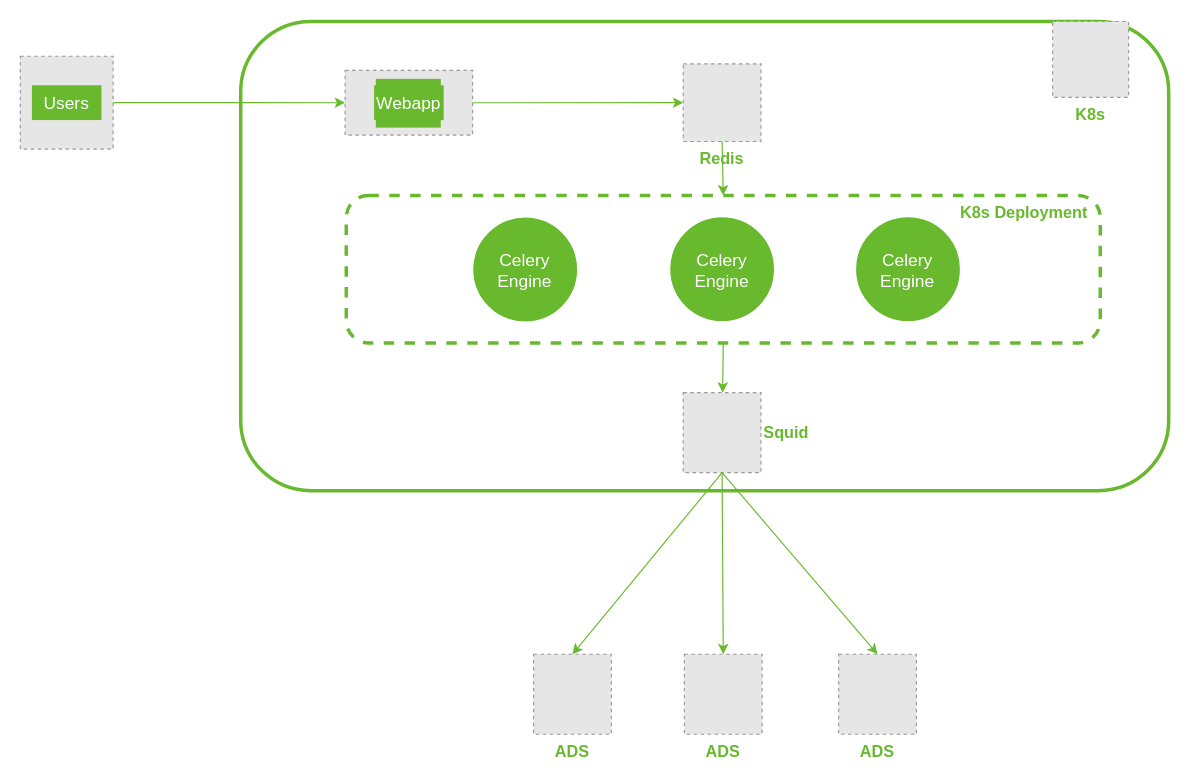
This is strategy.drawio from caihuayu0322/drawio-github, a draw.io file, before an edit. Source tidied: cells renumbered, new cells numbered last; positions are measured from the earlier drawing's top-left corner, leaving out a move shared by most shapes. Both pictures are drawn from the tidied source at 116%, with x=0, y=0 at pixel (20, 21). Pictures stored in the file or linked from it are replaced by grey dashed boxes.
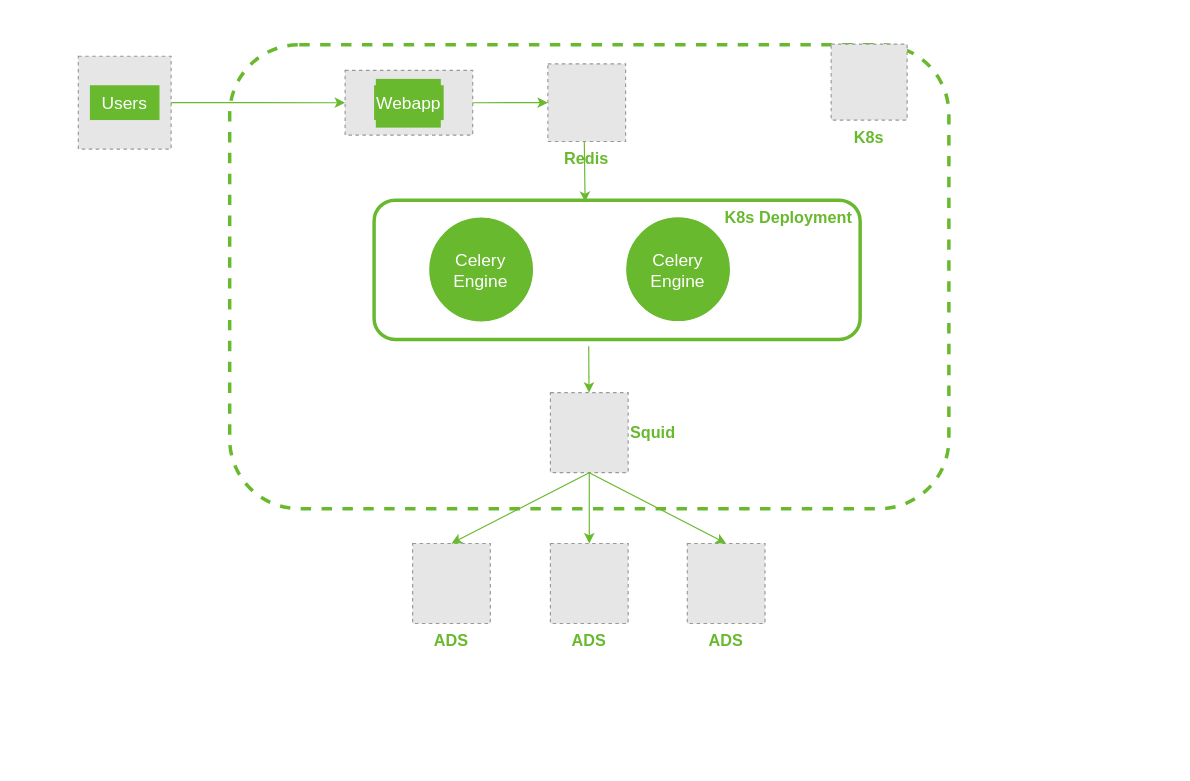
After the change.

Diff of the diagram source:
```diff
@@
-    <mxCell id="2" style="rounded=1;whiteSpace=wrap;html=1;shadow=0;labelBackgroundColor=default;sketch=0;fontFamily=Helvetica;fontSize=12;fontColor=#232F3E;strokeColor=#68B92E;fillColor=#FFFFFF;gradientColor=none;strokeWidth=3;" parent="1" vertex="1">
-      <mxGeometry x="190" width="800" height="404.5" as="geometry" />
+    <mxCell id="2" style="rounded=1;whiteSpace=wrap;html=1;shadow=0;labelBackgroundColor=default;sketch=0;fontFamily=Helvetica;fontSize=12;fontColor=#232F3E;strokeColor=#68B92E;fillColor=#FFFFFF;gradientColor=none;strokeWidth=3;dashed=1;" parent="1" vertex="1">
+      <mxGeometry x="180.5" y="20" width="620" height="400" as="geometry" />
     </mxCell>
-    <mxCell id="3" style="rounded=1;whiteSpace=wrap;html=1;shadow=0;labelBackgroundColor=default;sketch=0;fontFamily=Helvetica;fontSize=12;fontColor=#232F3E;strokeColor=#68B92E;fillColor=#FFFFFF;gradientColor=none;strokeWidth=3;dashed=1;" parent="1" vertex="1">
-      <mxGeometry x="281" y="150" width="650" height="127.1" as="geometry" />
+    <mxCell id="3" style="rounded=1;whiteSpace=wrap;html=1;shadow=0;labelBackgroundColor=default;sketch=0;fontFamily=Helvetica;fontSize=12;fontColor=#232F3E;strokeColor=#68B92E;fillColor=#FFFFFF;gradientColor=none;strokeWidth=3;" parent="1" vertex="1">
+      <mxGeometry x="305" y="154.1" width="419" height="120" as="geometry" />
     </mxCell>
     <mxCell id="4" value="ADS" style="fillColor=#E6E6E6;strokeColor=#999999;dashed=1;verticalLabelPosition=bottom;labelBackgroundColor=default;verticalAlign=top;fontColor=#68B92E;fontStyle=1;fontSize=14;" parent="1" vertex="1">
-      <mxGeometry x="442.5" y="545.5" width="67" height="69" as="geometry" />
+      <mxGeometry x="338.2" y="450" width="67" height="69" as="geometry" />
     </mxCell>
@@
     <mxCell id="6" value="Redis" style="fillColor=#E6E6E6;strokeColor=#999999;dashed=1;verticalLabelPosition=bottom;labelBackgroundColor=default;verticalAlign=top;fontColor=#68B92E;fontSize=14;fontStyle=1;" parent="1" vertex="1">
-      <mxGeometry x="571.5" y="36.5" width="67" height="67" as="geometry" />
+      <mxGeometry x="454.8" y="36.5" width="67" height="67" as="geometry" />
     </mxCell>
@@
-    <mxCell id="8" style="endArrow=classic;html=1;rounded=0;fontColor=default;strokeColor=#68B92E;exitX=0.5;exitY=1;exitDx=0;exitDy=0;entryX=0.5;entryY=0;entryDx=0;entryDy=0;" parent="1" edge="1" source="6" target="3">
-      <mxGeometry relative="1" as="geometry" />
+    <mxCell id="8" style="endArrow=classic;html=1;rounded=0;fontColor=default;strokeColor=#68B92E;exitX=0.5;exitY=1;exitDx=0;exitDy=0;entryX=0.439;entryY=0.012;entryDx=0;entryDy=0;entryPerimeter=0;" parent="1" edge="1">
+      <mxGeometry relative="1" as="geometry">
+        <mxPoint x="486.2" y="103.5" as="sourcePoint" />
+        <mxPoint x="486.9" y="155.5" as="targetPoint" />
+      </mxGeometry>
     </mxCell>
     <mxCell id="9" style="fillColor=#E6E6E6;strokeColor=#999999;dashed=1;verticalLabelPosition=bottom;labelBackgroundColor=default;verticalAlign=top;" parent="1" vertex="1">
-      <mxGeometry x="571.5" y="320" width="67" height="69" as="geometry" />
+      <mxGeometry x="457" y="320" width="67" height="69" as="geometry" />
     </mxCell>
     <mxCell id="10" style="fillColor=#E6E6E6;strokeColor=#999999;dashed=1;verticalLabelPosition=bottom;labelBackgroundColor=default;verticalAlign=top;" parent="1" vertex="1">
-      <mxGeometry y="30" width="80" height="80" as="geometry" />
+      <mxGeometry x="50" y="30" width="80" height="80" as="geometry" />
     </mxCell>
     <mxCell id="11" value="ADS" style="fillColor=#E6E6E6;strokeColor=#999999;dashed=1;verticalLabelPosition=bottom;labelBackgroundColor=default;verticalAlign=top;fontColor=#68B92E;fontStyle=1;fontSize=14;" parent="1" vertex="1">
-      <mxGeometry x="572.5" y="545.5" width="67" height="69" as="geometry" />
+      <mxGeometry x="457" y="450" width="67" height="69" as="geometry" />
     </mxCell>
     <mxCell id="12" value="ADS" style="fillColor=#E6E6E6;strokeColor=#999999;dashed=1;verticalLabelPosition=bottom;labelBackgroundColor=default;verticalAlign=top;fontColor=#68B92E;fontStyle=1;fontSize=14;" parent="1" vertex="1">
-      <mxGeometry x="705.5" y="545.5" width="67" height="69" as="geometry" />
+      <mxGeometry x="575" y="450" width="67" height="69" as="geometry" />
     </mxCell>
@@
     <mxCell id="17" value="K8s" style="fillColor=#E6E6E6;strokeColor=#999999;dashed=1;verticalLabelPosition=bottom;labelBackgroundColor=default;verticalAlign=top;fontColor=#68B92E;fontStyle=1;fontSize=14;" parent="1" vertex="1">
-      <mxGeometry x="890" width="65.5" height="65.5" as="geometry" />
+      <mxGeometry x="699" y="19.5" width="65.5" height="65.5" as="geometry" />
     </mxCell>
-    <mxCell id="18" style="endArrow=classic;html=1;rounded=0;fontColor=default;strokeColor=#68B92E;exitX=0.5;exitY=1;exitDx=0;exitDy=0;" parent="1" edge="1" source="3" target="9">
-      <mxGeometry relative="1" as="geometry" />
+    <mxCell id="18" style="endArrow=classic;html=1;rounded=0;fontColor=default;strokeColor=#68B92E;" parent="1" edge="1" target="9">
+      <mxGeometry relative="1" as="geometry">
+        <mxPoint x="490" y="280" as="sourcePoint" />
+      </mxGeometry>
     </mxCell>
     <mxCell id="19" value="&lt;span style=&quot;font-size: 15px;&quot;&gt;Users&lt;/span&gt;" style="text;html=1;strokeColor=none;fillColor=#68B92E;align=center;verticalAlign=middle;whiteSpace=wrap;rounded=0;shadow=0;dashed=0;labelBackgroundColor=#68B92E;sketch=0;fontFamily=Helvetica;fontSize=12;fontColor=#FFFFFF;" parent="1" vertex="1">
-      <mxGeometry x="10" y="55" width="60" height="30" as="geometry" />
+      <mxGeometry x="60" y="55" width="60" height="30" as="geometry" />
     </mxCell>
@@
     <mxCell id="21" value="&lt;b&gt;K8s Deployment&lt;/b&gt;" style="text;html=1;align=center;verticalAlign=middle;strokeColor=none;fillColor=none;fontSize=14;fontFamily=Helvetica;fontColor=#68B92E;" parent="1" vertex="1">
-      <mxGeometry x="800" y="150" width="130" height="30" as="geometry" />
+      <mxGeometry x="597" y="154.1" width="130" height="30" as="geometry" />
     </mxCell>
     <mxCell id="22" value="&lt;b&gt;Squid&lt;/b&gt;" style="text;html=1;align=center;verticalAlign=middle;strokeColor=none;fillColor=none;fontSize=14;fontFamily=Helvetica;fontColor=#68B92E;" parent="1" vertex="1">
-      <mxGeometry x="630" y="339.5" width="60" height="30" as="geometry" />
+      <mxGeometry x="515" y="339.5" width="60" height="30" as="geometry" />
     </mxCell>
     <mxCell id="23" style="ellipse;whiteSpace=wrap;html=1;shadow=0;dashed=0;labelBackgroundColor=default;sketch=0;fontFamily=Helvetica;fontSize=14;fontColor=#68B92E;strokeColor=#FFFFFF;fillColor=#68B92E;gradientColor=none;" parent="1" vertex="1">
-      <mxGeometry x="390" y="168.6" width="90.5" height="90.5" as="geometry" />
+      <mxGeometry x="352" y="168.6" width="90.5" height="90.5" as="geometry" />
     </mxCell>
     <mxCell id="24" value="&lt;p&gt;&lt;font style=&quot;font-size: 15px;&quot;&gt;Celery Engine&lt;/font&gt;&lt;/p&gt;" style="text;html=1;strokeColor=none;fillColor=#68B92E;align=center;verticalAlign=middle;whiteSpace=wrap;rounded=0;shadow=0;dashed=0;labelBackgroundColor=#68B92E;sketch=0;fontFamily=Helvetica;fontSize=12;fontColor=#FFFFFF;" parent="1" vertex="1">
-      <mxGeometry x="405.2" y="199.1" width="60" height="30" as="geometry" />
+      <mxGeometry x="367.2" y="199.1" width="60" height="30" as="geometry" />
     </mxCell>
     <mxCell id="25" style="ellipse;whiteSpace=wrap;html=1;shadow=0;dashed=0;labelBackgroundColor=default;sketch=0;fontFamily=Helvetica;fontSize=14;fontColor=#68B92E;strokeColor=#FFFFFF;fillColor=#68B92E;gradientColor=none;" parent="1" vertex="1">
-      <mxGeometry x="559.8" y="168.3" width="90.5" height="90.5" as="geometry" />
+      <mxGeometry x="521.8" y="168.3" width="90.5" height="90.5" as="geometry" />
     </mxCell>
     <mxCell id="26" value="&lt;p&gt;&lt;font style=&quot;font-size: 15px;&quot;&gt;Celery Engine&lt;/font&gt;&lt;/p&gt;" style="text;html=1;strokeColor=none;fillColor=#68B92E;align=center;verticalAlign=middle;whiteSpace=wrap;rounded=0;shadow=0;dashed=0;labelBackgroundColor=#68B92E;sketch=0;fontFamily=Helvetica;fontSize=12;fontColor=#FFFFFF;" parent="1" vertex="1">
-      <mxGeometry x="575" y="198.6" width="60" height="30" as="geometry" />
+      <mxGeometry x="537" y="198.6" width="60" height="30" as="geometry" />
     </mxCell>
-    <mxCell id="27" style="ellipse;whiteSpace=wrap;html=1;shadow=0;dashed=0;labelBackgroundColor=default;sketch=0;fontFamily=Helvetica;fontSize=14;fontColor=#68B92E;strokeColor=#FFFFFF;fillColor=#68B92E;gradientColor=none;" parent="1" vertex="1">
-      <mxGeometry x="720" y="168.3" width="90.5" height="90.5" as="geometry" />
-    </mxCell>
-    <mxCell id="28" value="&lt;p&gt;&lt;font style=&quot;font-size: 15px;&quot;&gt;Celery Engine&lt;/font&gt;&lt;/p&gt;" style="text;html=1;strokeColor=none;fillColor=#68B92E;align=center;verticalAlign=middle;whiteSpace=wrap;rounded=0;shadow=0;dashed=0;labelBackgroundColor=#68B92E;sketch=0;fontFamily=Helvetica;fontSize=12;fontColor=#FFFFFF;" parent="1" vertex="1">
-      <mxGeometry x="735.2" y="198.8" width="60" height="30" as="geometry" />
-    </mxCell>
```
